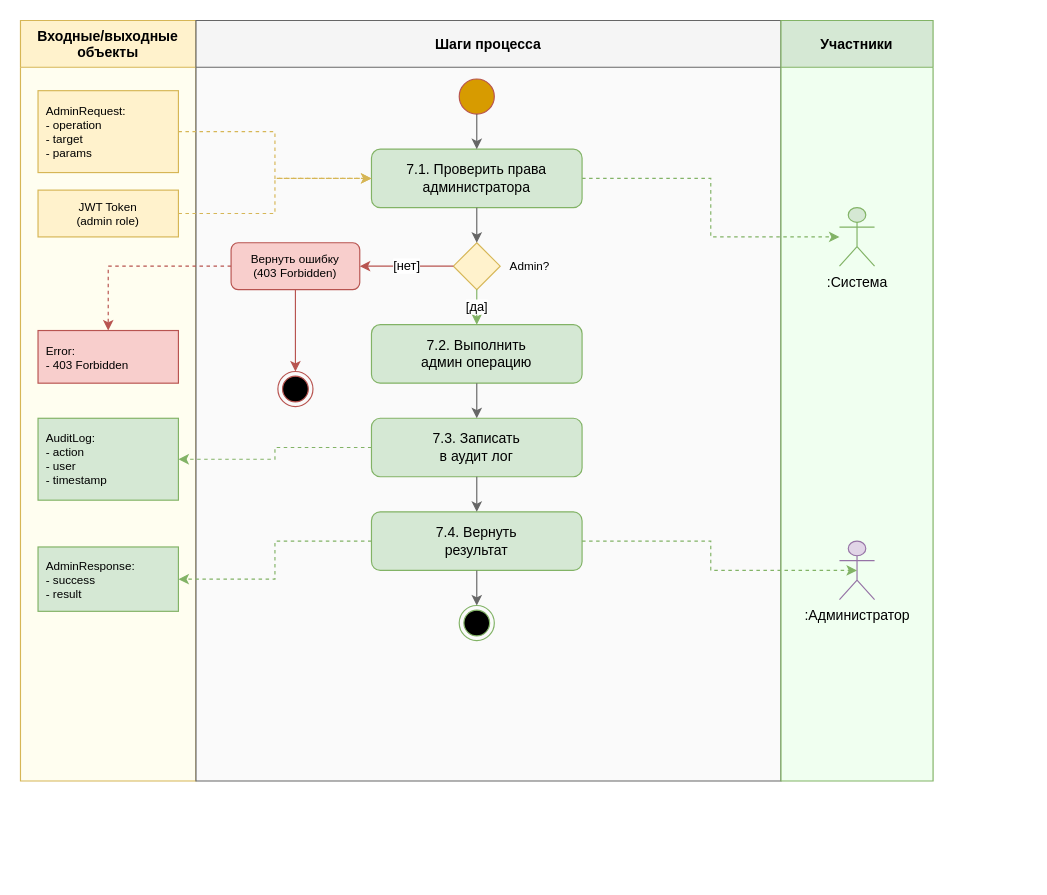
Above: docs/uml/drawio/activity-tobe-07-admin.drawio in Nice0Man/object-storage (draw.io), before the change. Source tidied: cells renumbered, new cells numbered last; positions are measured from the earlier drawing's top-left corner, leaving out a move shared by most shapes. Both pictures are drawn from the tidied source at 117%, with x=0, y=0 at pixel (20, 20).
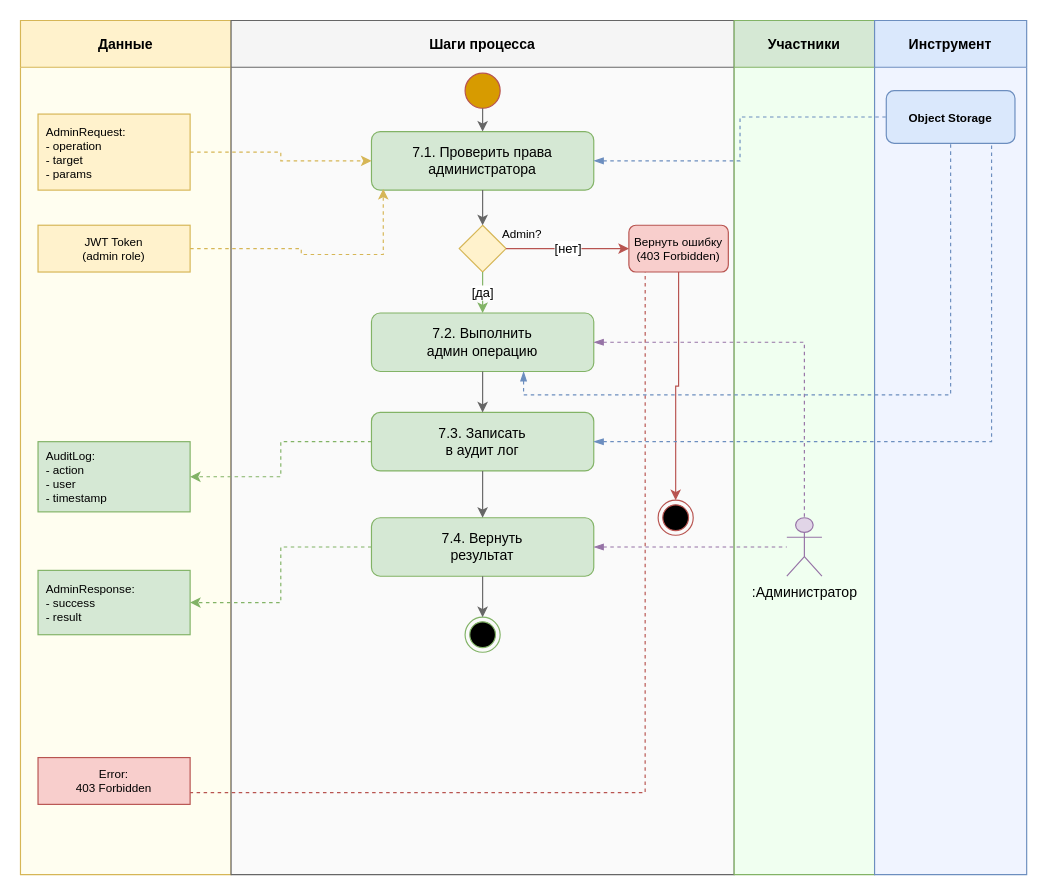
After the change.

Change to the diagram source:
```diff
@@
-    <mxCell id="2" value="Входные/выходные&#10;объекты" style="swimlane;startSize=40;horizontal=1;fillColor=#fff2cc;strokeColor=#d6b656;fontStyle=1;swimlaneFillColor=#fffef0;" parent="1" vertex="1">
-      <mxGeometry width="150" height="650" as="geometry" />
+    <mxCell id="2" value="Данные" style="swimlane;startSize=40;horizontal=1;fillColor=#fff2cc;strokeColor=#d6b656;fontStyle=1;swimlaneFillColor=#fffef0;" parent="1" vertex="1">
+      <mxGeometry width="180" height="730" as="geometry" />
     </mxCell>
-    <mxCell id="3" value="Error:&#10;- 403 Forbidden" style="rounded=0;whiteSpace=wrap;html=1;fillColor=#f8cecc;strokeColor=#b85450;align=left;spacingLeft=5;fontSize=10;" parent="2" vertex="1">
-      <mxGeometry x="15" y="265" width="120" height="45" as="geometry" />
-    </mxCell>
+    <mxCell id="6" value="Шаги процесса" style="swimlane;startSize=40;horizontal=1;fillColor=#f5f5f5;strokeColor=#666666;fontStyle=1;swimlaneFillColor=#fafafa;" parent="1" vertex="1">
+      <mxGeometry x="180" width="430" height="730" as="geometry" />
+    </mxCell>
+    <mxCell id="37" style="edgeStyle=orthogonalEdgeStyle;rounded=0;html=1;dashed=1;strokeColor=#b85450;exitX=0.164;exitY=0.934;exitDx=0;exitDy=0;exitPerimeter=0;" parent="6" edge="1" source="7">
+      <mxGeometry relative="1" as="geometry">
+        <mxPoint x="-65" y="650" as="targetPoint" />
+        <Array as="points">
+          <mxPoint x="354" y="660" />
+          <mxPoint x="-65" y="660" />
+        </Array>
+      </mxGeometry>
+    </mxCell>
+    <mxCell id="8" style="ellipse;html=1;shape=endState;fillColor=#000000;strokeColor=#b85450;" parent="6" vertex="1">
+      <mxGeometry x="365" y="410" width="30" height="30" as="geometry" />
+    </mxCell>
+    <mxCell id="7" value="Вернуть ошибку&#10;(403 Forbidden)" style="rounded=1;whiteSpace=wrap;html=1;fillColor=#f8cecc;strokeColor=#b85450;fontSize=10;" parent="6" vertex="1">
+      <mxGeometry x="340" y="175" width="85" height="40" as="geometry" />
+    </mxCell>
+    <mxCell id="9" style="edgeStyle=orthogonalEdgeStyle;rounded=0;html=1;strokeColor=#b85450;" parent="6" edge="1" source="7" target="8">
+      <mxGeometry relative="1" as="geometry" />
+    </mxCell>
+    <mxCell id="20" value="Admin?" style="text;html=1;strokeColor=none;fillColor=none;fontSize=10;" parent="6" vertex="1">
+      <mxGeometry x="230" y="170" width="50" height="25" as="geometry" />
+    </mxCell>
+    <mxCell id="11" value="Участники" style="swimlane;startSize=40;horizontal=1;fillColor=#d5e8d4;strokeColor=#82b366;fontStyle=1;swimlaneFillColor=#f0fff0;" parent="1" vertex="1">
+      <mxGeometry x="610" width="120" height="730" as="geometry" />
+    </mxCell>
+    <mxCell id="12" value=":Администратор" style="shape=umlActor;verticalLabelPosition=bottom;verticalAlign=top;html=1;outlineConnect=0;fillColor=#e1d5e7;strokeColor=#9673a6;" parent="11" vertex="1">
+      <mxGeometry x="45" y="425" width="30" height="50" as="geometry" />
+    </mxCell>
+    <mxCell id="38" value="Инструмент" style="swimlane;startSize=40;horizontal=1;fillColor=#dae8fc;strokeColor=#6c8ebf;fontStyle=1;swimlaneFillColor=#f0f4ff;" parent="1" vertex="1">
+      <mxGeometry x="730" width="130" height="730" as="geometry" />
+    </mxCell>
+    <mxCell id="39" value="Object Storage" style="rounded=1;whiteSpace=wrap;html=1;fillColor=#dae8fc;strokeColor=#6c8ebf;fontStyle=1;fontSize=10;" parent="38" vertex="1">
+      <mxGeometry x="10" y="60" width="110" height="45" as="geometry" />
+    </mxCell>
+    <mxCell id="14" value="AdminRequest:&#10;- operation&#10;- target&#10;- params" style="rounded=0;whiteSpace=wrap;html=1;fillColor=#fff2cc;strokeColor=#d6b656;align=left;spacingLeft=5;fontSize=10;" parent="1" vertex="1">
+      <mxGeometry x="15" y="80" width="130" height="65" as="geometry" />
+    </mxCell>
+    <mxCell id="15" value="JWT Token&#10;(admin role)" style="rounded=0;whiteSpace=wrap;html=1;fillColor=#fff2cc;strokeColor=#d6b656;fontSize=10;" parent="1" vertex="1">
+      <mxGeometry x="15" y="175" width="130" height="40" as="geometry" />
+    </mxCell>
-    <mxCell id="4" value="AuditLog:&#10;- action&#10;- user&#10;- timestamp" style="rounded=0;whiteSpace=wrap;html=1;fillColor=#d5e8d4;strokeColor=#82b366;align=left;spacingLeft=5;fontSize=10;" parent="2" vertex="1">
-      <mxGeometry x="15" y="340" width="120" height="70" as="geometry" />
+    <mxCell id="4" value="AuditLog:&#10;- action&#10;- user&#10;- timestamp" style="rounded=0;whiteSpace=wrap;html=1;fillColor=#d5e8d4;strokeColor=#82b366;align=left;spacingLeft=5;fontSize=10;" parent="1" vertex="1">
+      <mxGeometry x="15" y="360" width="130" height="60" as="geometry" />
     </mxCell>
-    <mxCell id="5" value="AdminResponse:&#10;- success&#10;- result" style="rounded=0;whiteSpace=wrap;html=1;fillColor=#d5e8d4;strokeColor=#82b366;align=left;spacingLeft=5;fontSize=10;" parent="2" vertex="1">
-      <mxGeometry x="15" y="450" width="120" height="55" as="geometry" />
+    <mxCell id="5" value="AdminResponse:&#10;- success&#10;- result" style="rounded=0;whiteSpace=wrap;html=1;fillColor=#d5e8d4;strokeColor=#82b366;align=left;spacingLeft=5;fontSize=10;" parent="1" vertex="1">
+      <mxGeometry x="15" y="470" width="130" height="55" as="geometry" />
     </mxCell>
-    <mxCell id="6" value="Шаги процесса" style="swimlane;startSize=40;horizontal=1;fillColor=#f5f5f5;strokeColor=#666666;fontStyle=1;swimlaneFillColor=#fafafa;" parent="1" vertex="1">
-      <mxGeometry x="150" width="500" height="650" as="geometry" />
-    </mxCell>
-    <mxCell id="7" value="Вернуть ошибку&#10;(403 Forbidden)" style="rounded=1;whiteSpace=wrap;html=1;fillColor=#f8cecc;strokeColor=#b85450;fontSize=10;" parent="6" vertex="1">
-      <mxGeometry x="30" y="190" width="110" height="40" as="geometry" />
-    </mxCell>
-    <mxCell id="8" style="ellipse;html=1;shape=endState;fillColor=#000000;strokeColor=#b85450;" parent="6" vertex="1">
-      <mxGeometry x="70" y="300" width="30" height="30" as="geometry" />
-    </mxCell>
-    <mxCell id="9" style="edgeStyle=orthogonalEdgeStyle;rounded=0;html=1;strokeColor=#b85450;" parent="6" edge="1" source="7" target="8">
-      <mxGeometry relative="1" as="geometry" />
-    </mxCell>
-    <mxCell id="10" value="7.4. Вернуть&#10;результат" style="rounded=1;whiteSpace=wrap;html=1;fillColor=#d5e8d4;strokeColor=#82b366;" parent="6" vertex="1">
-      <mxGeometry x="150" y="420" width="180" height="50" as="geometry" />
-    </mxCell>
-    <mxCell id="11" value="Участники" style="swimlane;startSize=40;horizontal=1;fillColor=#d5e8d4;strokeColor=#82b366;fontStyle=1;swimlaneFillColor=#f0fff0;" parent="1" vertex="1">
-      <mxGeometry x="650" width="130" height="650" as="geometry" />
-    </mxCell>
-    <mxCell id="12" value=":Администратор" style="shape=umlActor;verticalLabelPosition=bottom;verticalAlign=top;html=1;outlineConnect=0;fillColor=#e1d5e7;strokeColor=#9673a6;" parent="11" vertex="1">
-      <mxGeometry x="50" y="445" width="30" height="50" as="geometry" />
-    </mxCell>
-    <mxCell id="13" value=":Система" style="shape=umlActor;verticalLabelPosition=bottom;verticalAlign=top;html=1;outlineConnect=0;fillColor=#d5e8d4;strokeColor=#82b366;" parent="1" vertex="1">
-      <mxGeometry x="700" y="160" width="30" height="50" as="geometry" />
-    </mxCell>
-    <mxCell id="14" value="AdminRequest:&#10;- operation&#10;- target&#10;- params" style="rounded=0;whiteSpace=wrap;html=1;fillColor=#fff2cc;strokeColor=#d6b656;align=left;spacingLeft=5;fontSize=10;" parent="1" vertex="1">
-      <mxGeometry x="15" y="60" width="120" height="70" as="geometry" />
-    </mxCell>
-    <mxCell id="15" value="JWT Token&#10;(admin role)" style="rounded=0;whiteSpace=wrap;html=1;fillColor=#fff2cc;strokeColor=#d6b656;fontSize=10;" parent="1" vertex="1">
-      <mxGeometry x="15" y="145" width="120" height="40" as="geometry" />
-    </mxCell>
+    <mxCell id="3" value="Error:&#10;403 Forbidden" style="rounded=0;whiteSpace=wrap;html=1;fillColor=#f8cecc;strokeColor=#b85450;fontSize=10;" parent="1" vertex="1">
+      <mxGeometry x="15" y="630" width="130" height="40" as="geometry" />
+    </mxCell>
     <mxCell id="16" style="ellipse;whiteSpace=wrap;html=1;fillColor=#d79b00;strokeColor=#b85450;" parent="1" vertex="1">
-      <mxGeometry x="375" y="50" width="30" height="30" as="geometry" />
+      <mxGeometry x="380" y="45" width="30" height="30" as="geometry" />
     </mxCell>
-    <mxCell id="17" style="edgeStyle=orthogonalEdgeStyle;rounded=0;jettySize=auto;html=1;exitX=1;exitY=0.5;exitDx=0;exitDy=0;strokeColor=#82b366;fontColor=#143642;fillColor=#d5e8d4;dashed=1;" parent="1" edge="1" source="18" target="13">
-      <mxGeometry relative="1" as="geometry" />
-    </mxCell>
     <mxCell id="18" value="7.1. Проверить права&#10;администратора" style="rounded=1;whiteSpace=wrap;html=1;fillColor=#d5e8d4;strokeColor=#82b366;" parent="1" vertex="1">
-      <mxGeometry x="300" y="110" width="180" height="50" as="geometry" />
+      <mxGeometry x="300" y="95" width="190" height="50" as="geometry" />
     </mxCell>
-    <mxCell id="19" style="rhombus;whiteSpace=wrap;html=1;fillColor=#fff2cc;strokeColor=#d6b656;" parent="1" vertex="1">
-      <mxGeometry x="370" y="190" width="40" height="40" as="geometry" />
-    </mxCell>
-    <mxCell id="20" value="Admin?" style="text;html=1;strokeColor=none;fillColor=none;align=center;verticalAlign=middle;fontSize=10;" parent="1" vertex="1">
-      <mxGeometry x="410" y="195" width="50" height="30" as="geometry" />
-    </mxCell>
+    <mxCell id="40" style="rhombus;whiteSpace=wrap;html=1;fillColor=#fff2cc;strokeColor=#d6b656;" parent="1" vertex="1">
+      <mxGeometry x="375" y="175" width="40" height="40" as="geometry" />
+    </mxCell>
     <mxCell id="21" value="7.2. Выполнить&#10;админ операцию" style="rounded=1;whiteSpace=wrap;html=1;fillColor=#d5e8d4;strokeColor=#82b366;" parent="1" vertex="1">
-      <mxGeometry x="300" y="260" width="180" height="50" as="geometry" />
+      <mxGeometry x="300" y="250" width="190" height="50" as="geometry" />
     </mxCell>
     <mxCell id="22" value="7.3. Записать&#10;в аудит лог" style="rounded=1;whiteSpace=wrap;html=1;fillColor=#d5e8d4;strokeColor=#82b366;" parent="1" vertex="1">
-      <mxGeometry x="300" y="340" width="180" height="50" as="geometry" />
+      <mxGeometry x="300" y="335" width="190" height="50" as="geometry" />
     </mxCell>
+    <mxCell id="10" value="7.4. Вернуть&#10;результат" style="rounded=1;whiteSpace=wrap;html=1;fillColor=#d5e8d4;strokeColor=#82b366;" parent="1" vertex="1">
+      <mxGeometry x="300" y="425" width="190" height="50" as="geometry" />
+    </mxCell>
     <mxCell id="23" style="ellipse;html=1;shape=endState;fillColor=#000000;strokeColor=#82b366;" parent="1" vertex="1">
-      <mxGeometry x="375" y="500" width="30" height="30" as="geometry" />
+      <mxGeometry x="380" y="510" width="30" height="30" as="geometry" />
     </mxCell>
@@
-    <mxCell id="25" style="edgeStyle=orthogonalEdgeStyle;rounded=0;html=1;strokeColor=#666666;" parent="1" edge="1" source="18" target="19">
-      <mxGeometry relative="1" as="geometry" />
-    </mxCell>
+    <mxCell id="41" style="edgeStyle=orthogonalEdgeStyle;rounded=0;html=1;strokeColor=#666666;" parent="1" edge="1" source="18" target="40">
+      <mxGeometry relative="1" as="geometry" />
+    </mxCell>
-    <mxCell id="26" value="[да]" style="edgeStyle=orthogonalEdgeStyle;rounded=0;html=1;strokeColor=#82b366;" parent="1" edge="1" source="19" target="21">
+    <mxCell id="26" value="[да]" style="edgeStyle=orthogonalEdgeStyle;rounded=0;html=1;strokeColor=#82b366;" parent="1" edge="1" source="40" target="21">
       <mxGeometry relative="1" as="geometry" />
     </mxCell>
-    <mxCell id="27" value="[нет]" style="edgeStyle=orthogonalEdgeStyle;rounded=0;html=1;strokeColor=#b85450;" parent="1" edge="1" source="19" target="7">
+    <mxCell id="27" value="[нет]" style="edgeStyle=orthogonalEdgeStyle;rounded=0;html=1;strokeColor=#b85450;exitX=1;exitY=0.5;exitDx=0;exitDy=0;" parent="1" edge="1" source="40" target="7">
       <mxGeometry relative="1" as="geometry" />
     </mxCell>
@@
-    <mxCell id="32" style="edgeStyle=orthogonalEdgeStyle;rounded=0;html=1;dashed=1;strokeColor=#d6b656;" parent="1" edge="1" source="15" target="18">
-      <mxGeometry relative="1" as="geometry" />
+    <mxCell id="32" style="edgeStyle=orthogonalEdgeStyle;rounded=0;html=1;dashed=1;strokeColor=#d6b656;entryX=0.053;entryY=0.98;entryDx=0;entryDy=0;entryPerimeter=0;" parent="1" edge="1" source="15" target="18">
+      <mxGeometry relative="1" as="geometry">
+        <Array as="points">
+          <mxPoint x="240" y="195" />
+          <mxPoint x="240" y="200" />
+          <mxPoint x="310" y="200" />
+        </Array>
+      </mxGeometry>
     </mxCell>
+    <mxCell id="34" style="edgeStyle=orthogonalEdgeStyle;rounded=0;html=1;dashed=1;strokeColor=#82b366;" parent="1" edge="1" source="22" target="4">
+      <mxGeometry relative="1" as="geometry" />
+    </mxCell>
@@
-    <mxCell id="34" style="edgeStyle=orthogonalEdgeStyle;rounded=0;html=1;dashed=1;strokeColor=#82b366;" parent="1" edge="1" source="22" target="4">
-      <mxGeometry relative="1" as="geometry" />
-    </mxCell>
-    <mxCell id="35" style="edgeStyle=orthogonalEdgeStyle;rounded=0;html=1;dashed=1;strokeColor=#b85450;" parent="1" edge="1" source="7" target="3">
-      <mxGeometry relative="1" as="geometry" />
-    </mxCell>
+    <mxCell id="42" style="edgeStyle=orthogonalEdgeStyle;rounded=0;html=1;dashed=1;strokeColor=#9673a6;startArrow=blockThin;startFill=1;endArrow=none;endFill=0;" parent="1" edge="1" source="21" target="12">
+      <mxGeometry relative="1" as="geometry" />
+    </mxCell>
-    <mxCell id="36" style="edgeStyle=orthogonalEdgeStyle;rounded=0;jettySize=auto;html=1;exitX=1;exitY=0.5;exitDx=0;exitDy=0;entryX=0.5;entryY=0.5;entryDx=0;entryDy=0;entryPerimeter=0;strokeColor=#82b366;fontColor=#143642;fillColor=#d5e8d4;dashed=1;" parent="1" edge="1" source="10" target="12">
+    <mxCell id="36" style="edgeStyle=orthogonalEdgeStyle;rounded=0;html=1;dashed=1;strokeColor=#9673a6;startArrow=blockThin;startFill=1;endArrow=none;endFill=0;" parent="1" edge="1" source="10" target="12">
       <mxGeometry relative="1" as="geometry" />
     </mxCell>
+    <mxCell id="43" style="edgeStyle=orthogonalEdgeStyle;rounded=0;html=1;dashed=1;strokeColor=#6c8ebf;startArrow=blockThin;startFill=1;endArrow=none;endFill=0;" parent="1" edge="1" source="18" target="39">
+      <mxGeometry relative="1" as="geometry" />
+    </mxCell>
+    <mxCell id="44" style="edgeStyle=orthogonalEdgeStyle;rounded=0;html=1;dashed=1;strokeColor=#6c8ebf;startArrow=blockThin;startFill=1;endArrow=none;endFill=0;" parent="1" edge="1" source="21" target="39">
+      <mxGeometry relative="1" as="geometry">
+        <Array as="points">
+          <mxPoint x="430" y="320" />
+          <mxPoint x="795" y="320" />
+        </Array>
+      </mxGeometry>
+    </mxCell>
+    <mxCell id="45" style="edgeStyle=orthogonalEdgeStyle;rounded=0;html=1;dashed=1;strokeColor=#6c8ebf;startArrow=blockThin;startFill=1;endArrow=none;endFill=0;" parent="1" edge="1" source="22" target="39">
+      <mxGeometry relative="1" as="geometry">
+        <Array as="points">
+          <mxPoint x="830" y="360" />
+        </Array>
+      </mxGeometry>
+    </mxCell>
```
